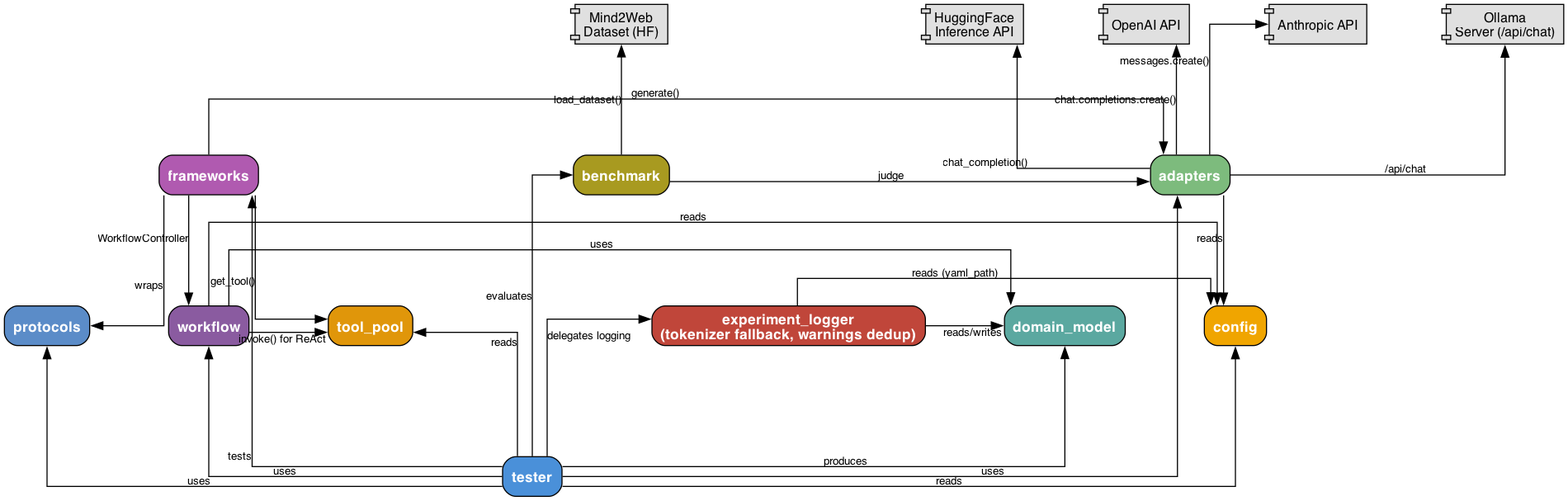
Above: images/component_diagram.png in cewebbr/mastif (Graphviz), before the change. Its source is kept beside it as images/component_diagram.dot.
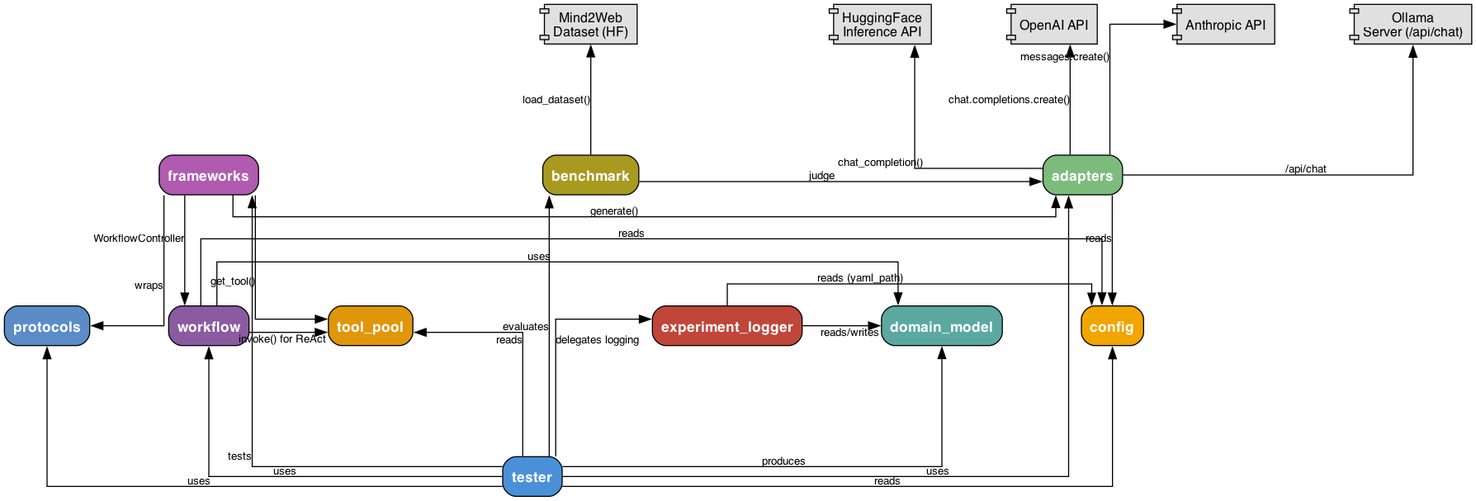
The same file after the commit.

Change to the diagram source:
```diff
@@ -139,7 +139,7 @@
     fontcolor=white,
     fontname="Helvetica-Bold",
     fontsize=13,
-    label="experiment_logger\n(tokenizer fallback, warnings dedup)"
+    label="experiment_logger"
 ];
 
 
```
